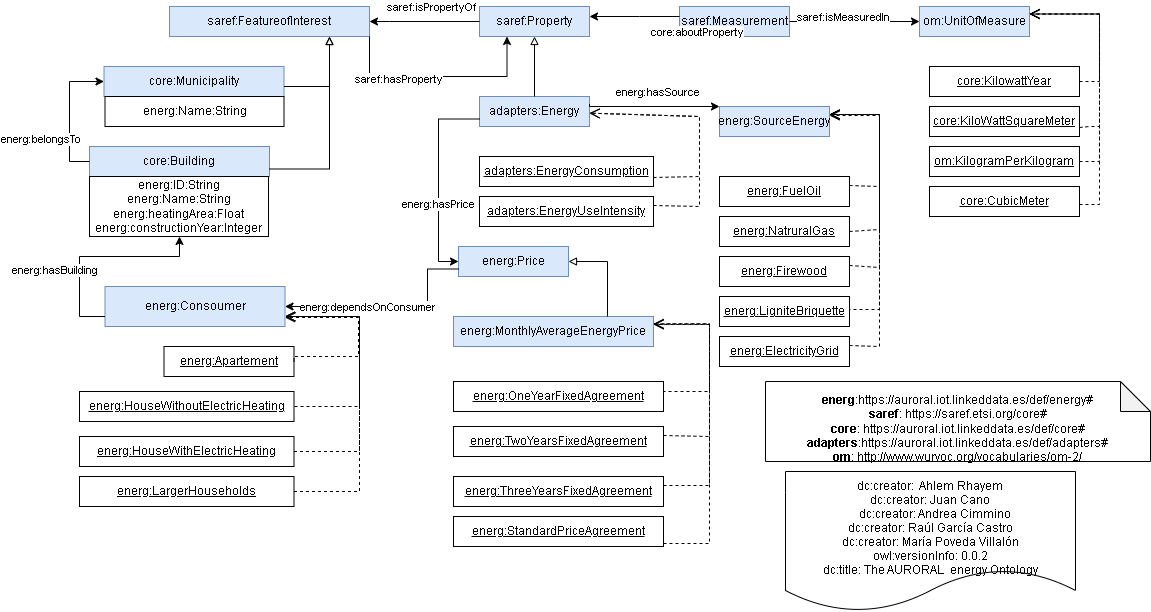
This is diagram/energy.png from oeg-upm/auroral-energy-ontology, a draw.io export, as it was before one commit. Source tidied: cells renumbered, new cells last; positions are measured from the earlier drawing's top-left corner, leaving out a move shared by most shapes.
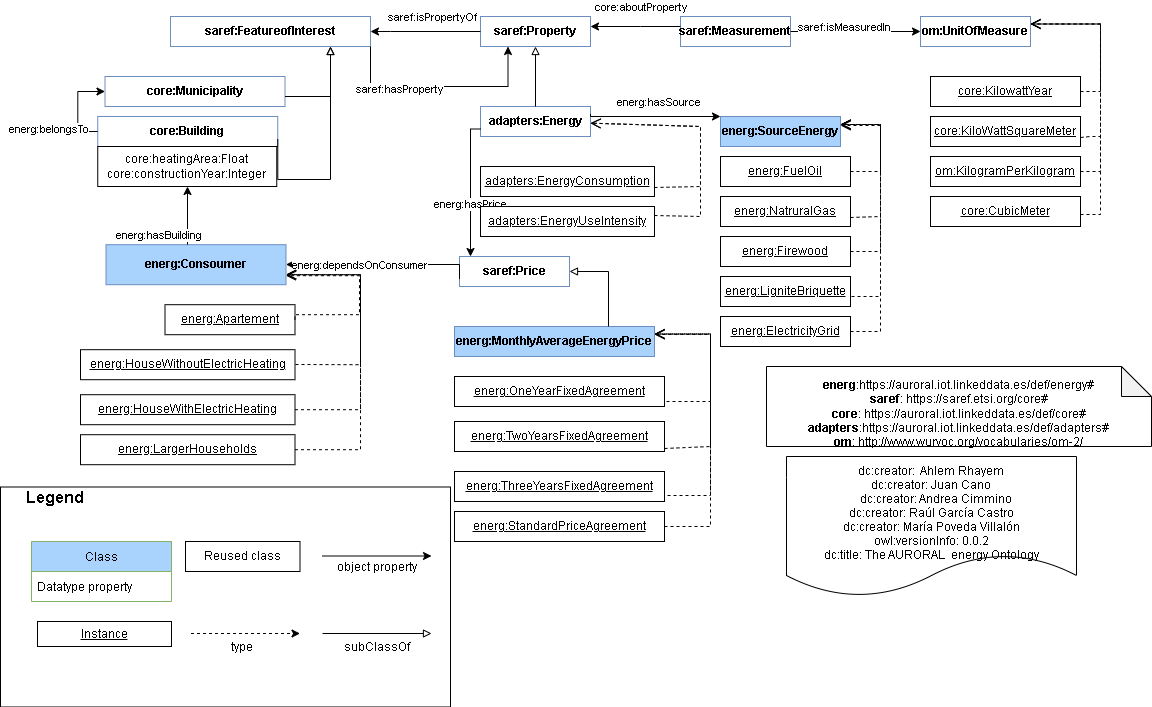
The same file after the commit.

Change to the diagram source:
```diff
@@ -4,3 +4,3 @@
     <mxCell id="1" parent="0" />
-    <mxCell id="2" value="saref:FeatureofInterest" style="rounded=0;whiteSpace=wrap;html=1;fillColor=#dae8fc;strokeColor=#6c8ebf;" parent="1" vertex="1">
+    <mxCell id="2" value="&lt;b&gt;saref:FeatureofInterest&lt;/b&gt;" style="rounded=0;whiteSpace=wrap;html=1;fillColor=#FFFFFF;strokeColor=#6c8ebf;" parent="1" vertex="1">
       <mxGeometry x="90" width="200" height="30" as="geometry" />
@@ -18,6 +18,6 @@
     </mxCell>
-    <mxCell id="5" value="adapters:Energy" style="rounded=0;whiteSpace=wrap;html=1;fillColor=#dae8fc;strokeColor=#6c8ebf;" parent="1" vertex="1">
+    <mxCell id="5" value="&lt;b&gt;adapters:Energy&lt;/b&gt;" style="rounded=0;whiteSpace=wrap;html=1;fillColor=#FFFFFF;strokeColor=#6c8ebf;" parent="1" vertex="1">
       <mxGeometry x="400" y="90" width="110" height="30" as="geometry" />
     </mxCell>
-    <mxCell id="6" value="core:Municipality" style="rounded=0;whiteSpace=wrap;html=1;fillColor=#DAE8FC;strokeColor=#6c8ebf;" parent="1" vertex="1">
+    <mxCell id="6" value="&lt;b&gt;core:Municipality&lt;/b&gt;" style="rounded=0;whiteSpace=wrap;html=1;fillColor=#FFFFFF;strokeColor=#6c8ebf;" parent="1" vertex="1">
       <mxGeometry x="24.5" y="60" width="180" height="30" as="geometry" />
@@ -31,7 +31,7 @@
     </mxCell>
-    <mxCell id="8" value="core:Building" style="rounded=0;whiteSpace=wrap;html=1;fillColor=#dae8fc;strokeColor=#6c8ebf;" parent="1" vertex="1">
-      <mxGeometry x="10" y="140" width="180" height="30" as="geometry" />
+    <mxCell id="8" value="&lt;b&gt;core:Building&lt;/b&gt;" style="rounded=0;whiteSpace=wrap;html=1;fillColor=#FFFFFF;strokeColor=#6c8ebf;" parent="1" vertex="1">
+      <mxGeometry x="17.2" y="100" width="180" height="30" as="geometry" />
     </mxCell>
-    <mxCell id="9" value="energ:ID:String&lt;br&gt;energ:Name:String&lt;br&gt;energ:heatingArea:Float&lt;br&gt;energ:constructionYear:Integer" style="rounded=0;whiteSpace=wrap;html=1;snapToPoint=1;points=[[0.1,0],[0.2,0],[0.3,0],[0.4,0],[0.5,0],[0.6,0],[0.7,0],[0.8,0],[0.9,0],[0,0.1],[0,0.3],[0,0.5],[0,0.7],[0,0.9],[0.1,1],[0.2,1],[0.3,1],[0.4,1],[0.5,1],[0.6,1],[0.7,1],[0.8,1],[0.9,1],[1,0.1],[1,0.3],[1,0.5],[1,0.7],[1,0.9]];" parent="1" vertex="1">
-      <mxGeometry x="10" y="170" width="179" height="60" as="geometry" />
+    <mxCell id="9" value="core:heatingArea:Float&lt;br&gt;core:constructionYear:Integer" style="rounded=0;whiteSpace=wrap;html=1;snapToPoint=1;points=[[0.1,0],[0.2,0],[0.3,0],[0.4,0],[0.5,0],[0.6,0],[0.7,0],[0.8,0],[0.9,0],[0,0.1],[0,0.3],[0,0.5],[0,0.7],[0,0.9],[0.1,1],[0.2,1],[0.3,1],[0.4,1],[0.5,1],[0.6,1],[0.7,1],[0.8,1],[0.9,1],[1,0.1],[1,0.3],[1,0.5],[1,0.7],[1,0.9]];" parent="1" vertex="1">
+      <mxGeometry x="17.2" y="130" width="179" height="40" as="geometry" />
     </mxCell>
@@ -53,9 +53,13 @@
     <mxCell id="13" value="&lt;u&gt;energ:LargerHouseholds&lt;/u&gt;" style="rounded=0;whiteSpace=wrap;html=1;snapToPoint=1;points=[[0.1,0],[0.2,0],[0.3,0],[0.4,0],[0.5,0],[0.6,0],[0.7,0],[0.8,0],[0.9,0],[0,0.1],[0,0.3],[0,0.5],[0,0.7],[0,0.9],[0.1,1],[0.2,1],[0.3,1],[0.4,1],[0.5,1],[0.6,1],[0.7,1],[0.8,1],[0.9,1],[1,0.1],[1,0.3],[1,0.5],[1,0.7],[1,0.9]];" parent="1" vertex="1">
-      <mxGeometry y="470" width="214.5" height="30" as="geometry" />
+      <mxGeometry y="418.2" width="214.5" height="30" as="geometry" />
     </mxCell>
-    <mxCell id="14" value="energ:Price" style="rounded=0;whiteSpace=wrap;html=1;fillColor=#dae8fc;strokeColor=#6c8ebf;" parent="1" vertex="1">
+    <mxCell id="14" value="&lt;b&gt;saref:Price&lt;/b&gt;" style="rounded=0;whiteSpace=wrap;html=1;fillColor=#FFFFFF;strokeColor=#6c8ebf;" parent="1" vertex="1">
       <mxGeometry x="379" y="240" width="110" height="30" as="geometry" />
     </mxCell>
-    <mxCell id="15" style="edgeStyle=orthogonalEdgeStyle;rounded=0;jettySize=auto;html=1;exitX=0;exitY=0.75;exitDx=0;exitDy=0;endArrow=classic;endFill=1;entryX=0;entryY=0.5;entryDx=0;entryDy=0;" parent="1" edge="1" source="5" target="14">
-      <mxGeometry relative="1" as="geometry" />
+    <mxCell id="15" style="edgeStyle=orthogonalEdgeStyle;rounded=0;jettySize=auto;html=1;exitX=0;exitY=0.75;exitDx=0;exitDy=0;endArrow=classic;endFill=1;" parent="1" edge="1" source="5" target="14">
+      <mxGeometry relative="1" as="geometry">
+        <Array as="points">
+          <mxPoint x="390" y="113" />
+        </Array>
+      </mxGeometry>
     </mxCell>
@@ -88,3 +92,3 @@
     </mxCell>
-    <mxCell id="21" value="energ:MonthlyAverageEnergyPrice" style="rounded=0;whiteSpace=wrap;html=1;fillColor=#dae8fc;strokeColor=#6c8ebf;" parent="1" vertex="1">
+    <mxCell id="21" value="&lt;b&gt;energ:MonthlyAverageEnergyPrice&lt;/b&gt;" style="rounded=0;whiteSpace=wrap;html=1;fillColor=#A9D2FC;strokeColor=#6c8ebf;" parent="1" vertex="1">
       <mxGeometry x="374" y="310" width="200" height="30" as="geometry" />
@@ -98,3 +102,3 @@
     </mxCell>
-    <mxCell id="23" value="saref:Property" style="rounded=0;whiteSpace=wrap;html=1;fillColor=#dae8fc;strokeColor=#6c8ebf;" parent="1" vertex="1">
+    <mxCell id="23" value="&lt;b&gt;saref:Property&lt;/b&gt;" style="rounded=0;whiteSpace=wrap;html=1;fillColor=#FFFFFF;strokeColor=#6c8ebf;" parent="1" vertex="1">
       <mxGeometry x="400" width="110" height="30" as="geometry" />
@@ -104,31 +108,31 @@
     </mxCell>
-    <mxCell id="25" value="energ:SourceEnergy" style="rounded=0;whiteSpace=wrap;html=1;fillColor=#dae8fc;strokeColor=#6c8ebf;" parent="1" vertex="1">
-      <mxGeometry x="640" y="100" width="110" height="30" as="geometry" />
+    <mxCell id="25" value="&lt;b&gt;energ:SourceEnergy&lt;/b&gt;" style="rounded=0;whiteSpace=wrap;html=1;fillColor=#A9D2FC;strokeColor=#6c8ebf;" parent="1" vertex="1">
+      <mxGeometry x="640" y="100" width="120" height="30" as="geometry" />
     </mxCell>
     <mxCell id="26" value="&lt;u&gt;energ:FuelOil&lt;/u&gt;" style="rounded=0;whiteSpace=wrap;html=1;snapToPoint=1;points=[[0.1,0],[0.2,0],[0.3,0],[0.4,0],[0.5,0],[0.6,0],[0.7,0],[0.8,0],[0.9,0],[0,0.1],[0,0.3],[0,0.5],[0,0.7],[0,0.9],[0.1,1],[0.2,1],[0.3,1],[0.4,1],[0.5,1],[0.6,1],[0.7,1],[0.8,1],[0.9,1],[1,0.1],[1,0.3],[1,0.5],[1,0.7],[1,0.9]];" parent="1" vertex="1">
-      <mxGeometry x="640" y="170" width="130" height="30" as="geometry" />
+      <mxGeometry x="640" y="140" width="130" height="30" as="geometry" />
     </mxCell>
     <mxCell id="27" value="&lt;u&gt;energ:NatruralGas&lt;/u&gt;" style="rounded=0;whiteSpace=wrap;html=1;snapToPoint=1;points=[[0.1,0],[0.2,0],[0.3,0],[0.4,0],[0.5,0],[0.6,0],[0.7,0],[0.8,0],[0.9,0],[0,0.1],[0,0.3],[0,0.5],[0,0.7],[0,0.9],[0.1,1],[0.2,1],[0.3,1],[0.4,1],[0.5,1],[0.6,1],[0.7,1],[0.8,1],[0.9,1],[1,0.1],[1,0.3],[1,0.5],[1,0.7],[1,0.9]];" parent="1" vertex="1">
-      <mxGeometry x="640" y="210" width="130" height="30" as="geometry" />
+      <mxGeometry x="640" y="180" width="130" height="30" as="geometry" />
     </mxCell>
     <mxCell id="28" value="&lt;u&gt;energ:Firewood&lt;/u&gt;" style="rounded=0;whiteSpace=wrap;html=1;snapToPoint=1;points=[[0.1,0],[0.2,0],[0.3,0],[0.4,0],[0.5,0],[0.6,0],[0.7,0],[0.8,0],[0.9,0],[0,0.1],[0,0.3],[0,0.5],[0,0.7],[0,0.9],[0.1,1],[0.2,1],[0.3,1],[0.4,1],[0.5,1],[0.6,1],[0.7,1],[0.8,1],[0.9,1],[1,0.1],[1,0.3],[1,0.5],[1,0.7],[1,0.9]];" parent="1" vertex="1">
-      <mxGeometry x="640" y="250" width="130" height="30" as="geometry" />
+      <mxGeometry x="640" y="220" width="130" height="30" as="geometry" />
     </mxCell>
     <mxCell id="29" value="&lt;u&gt;energ:LigniteBriquette&lt;/u&gt;" style="rounded=0;whiteSpace=wrap;html=1;snapToPoint=1;points=[[0.1,0],[0.2,0],[0.3,0],[0.4,0],[0.5,0],[0.6,0],[0.7,0],[0.8,0],[0.9,0],[0,0.1],[0,0.3],[0,0.5],[0,0.7],[0,0.9],[0.1,1],[0.2,1],[0.3,1],[0.4,1],[0.5,1],[0.6,1],[0.7,1],[0.8,1],[0.9,1],[1,0.1],[1,0.3],[1,0.5],[1,0.7],[1,0.9]];" parent="1" vertex="1">
-      <mxGeometry x="640" y="290" width="130" height="30" as="geometry" />
+      <mxGeometry x="640" y="260" width="130" height="30" as="geometry" />
     </mxCell>
     <mxCell id="30" value="&lt;u&gt;energ:OneYearFixedAgreement&lt;/u&gt;" style="rounded=0;whiteSpace=wrap;html=1;snapToPoint=1;points=[[0.1,0],[0.2,0],[0.3,0],[0.4,0],[0.5,0],[0.6,0],[0.7,0],[0.8,0],[0.9,0],[0,0.1],[0,0.3],[0,0.5],[0,0.7],[0,0.9],[0.1,1],[0.2,1],[0.3,1],[0.4,1],[0.5,1],[0.6,1],[0.7,1],[0.8,1],[0.9,1],[1,0.1],[1,0.3],[1,0.5],[1,0.7],[1,0.9]];" parent="1" vertex="1">
-      <mxGeometry x="374" y="375" width="210" height="30" as="geometry" />
+      <mxGeometry x="374" y="360" width="210" height="30" as="geometry" />
     </mxCell>
     <mxCell id="31" value="&lt;u&gt;energ:TwoYearsFixedAgreement&lt;/u&gt;" style="rounded=0;whiteSpace=wrap;html=1;snapToPoint=1;points=[[0.1,0],[0.2,0],[0.3,0],[0.4,0],[0.5,0],[0.6,0],[0.7,0],[0.8,0],[0.9,0],[0,0.1],[0,0.3],[0,0.5],[0,0.7],[0,0.9],[0.1,1],[0.2,1],[0.3,1],[0.4,1],[0.5,1],[0.6,1],[0.7,1],[0.8,1],[0.9,1],[1,0.1],[1,0.3],[1,0.5],[1,0.7],[1,0.9]];" parent="1" vertex="1">
-      <mxGeometry x="374" y="420" width="210" height="30" as="geometry" />
+      <mxGeometry x="374" y="405" width="210" height="30" as="geometry" />
     </mxCell>
     <mxCell id="32" value="&lt;u&gt;energ:ThreeYearsFixedAgreement&lt;/u&gt;" style="rounded=0;whiteSpace=wrap;html=1;snapToPoint=1;points=[[0.1,0],[0.2,0],[0.3,0],[0.4,0],[0.5,0],[0.6,0],[0.7,0],[0.8,0],[0.9,0],[0,0.1],[0,0.3],[0,0.5],[0,0.7],[0,0.9],[0.1,1],[0.2,1],[0.3,1],[0.4,1],[0.5,1],[0.6,1],[0.7,1],[0.8,1],[0.9,1],[1,0.1],[1,0.3],[1,0.5],[1,0.7],[1,0.9]];" parent="1" vertex="1">
-      <mxGeometry x="374" y="470" width="210" height="30" as="geometry" />
+      <mxGeometry x="374" y="455" width="210" height="30" as="geometry" />
     </mxCell>
     <mxCell id="33" value="&lt;u&gt;energ:StandardPriceAgreement&lt;/u&gt;" style="rounded=0;whiteSpace=wrap;html=1;snapToPoint=1;points=[[0.1,0],[0.2,0],[0.3,0],[0.4,0],[0.5,0],[0.6,0],[0.7,0],[0.8,0],[0.9,0],[0,0.1],[0,0.3],[0,0.5],[0,0.7],[0,0.9],[0.1,1],[0.2,1],[0.3,1],[0.4,1],[0.5,1],[0.6,1],[0.7,1],[0.8,1],[0.9,1],[1,0.1],[1,0.3],[1,0.5],[1,0.7],[1,0.9]];" parent="1" vertex="1">
-      <mxGeometry x="374" y="510" width="210" height="30" as="geometry" />
+      <mxGeometry x="374" y="495" width="210" height="30" as="geometry" />
     </mxCell>
-    <mxCell id="34" value="energ:Consoumer" style="rounded=0;whiteSpace=wrap;html=1;fillColor=#dae8fc;strokeColor=#6c8ebf;" parent="1" vertex="1">
-      <mxGeometry x="25.5" y="280" width="180" height="40" as="geometry" />
+    <mxCell id="34" value="&lt;b&gt;energ:Consoumer&lt;/b&gt;" style="rounded=0;whiteSpace=wrap;html=1;fillColor=#A9D2FC;strokeColor=#6c8ebf;" parent="1" vertex="1">
+      <mxGeometry x="25.5" y="228.2" width="180" height="40" as="geometry" />
     </mxCell>
@@ -137,3 +141,3 @@
         <Array as="points">
-          <mxPoint x="348" y="300" />
+          <mxPoint x="379" y="248" />
         </Array>
@@ -146,3 +150,3 @@
     </mxCell>
-    <mxCell id="37" value="saref:Measurement" style="rounded=0;whiteSpace=wrap;html=1;fillColor=#dae8fc;strokeColor=#6c8ebf;" parent="1" vertex="1">
+    <mxCell id="37" value="&lt;b&gt;saref:Measurement&lt;/b&gt;" style="rounded=0;whiteSpace=wrap;html=1;fillColor=#FFFFFF;strokeColor=#6c8ebf;" parent="1" vertex="1">
       <mxGeometry x="600" width="110" height="30" as="geometry" />
@@ -159,6 +163,6 @@
       <mxGeometry x="0.38" y="-1" relative="1" as="geometry">
-        <mxPoint x="79" y="16" as="offset" />
+        <mxPoint x="22" y="-19" as="offset" />
       </mxGeometry>
     </mxCell>
-    <mxCell id="40" value="om:UnitOfMeasure" style="rounded=0;whiteSpace=wrap;html=1;fillColor=#dae8fc;strokeColor=#6c8ebf;" parent="1" vertex="1">
+    <mxCell id="40" value="&lt;b&gt;om:UnitOfMeasure&lt;/b&gt;" style="rounded=0;whiteSpace=wrap;html=1;fillColor=#FFFFFF;strokeColor=#6c8ebf;" parent="1" vertex="1">
       <mxGeometry x="840" width="110" height="30" as="geometry" />
@@ -178,3 +182,3 @@
     <mxCell id="43" value="&lt;u&gt;energ:ElectricityGrid&lt;/u&gt;" style="rounded=0;whiteSpace=wrap;html=1;snapToPoint=1;points=[[0.1,0],[0.2,0],[0.3,0],[0.4,0],[0.5,0],[0.6,0],[0.7,0],[0.8,0],[0.9,0],[0,0.1],[0,0.3],[0,0.5],[0,0.7],[0,0.9],[0.1,1],[0.2,1],[0.3,1],[0.4,1],[0.5,1],[0.6,1],[0.7,1],[0.8,1],[0.9,1],[1,0.1],[1,0.3],[1,0.5],[1,0.7],[1,0.9]];" parent="1" vertex="1">
-      <mxGeometry x="640" y="330" width="130" height="30" as="geometry" />
+      <mxGeometry x="640" y="300" width="130" height="30" as="geometry" />
     </mxCell>
@@ -193,3 +197,3 @@
     <mxCell id="46" value="&lt;div&gt;&amp;nbsp;&lt;/div&gt;&lt;b&gt;energ&lt;/b&gt;:https://auroral.iot.linkeddata.es/def/energy#&lt;br&gt;&lt;b&gt;saref&lt;/b&gt;:&amp;nbsp;https://saref.etsi.org/core#&lt;br&gt;&lt;b&gt;core&lt;/b&gt;:&amp;nbsp;https://auroral.iot.linkeddata.es/def/core#&lt;br&gt;&lt;b&gt;adapters&lt;/b&gt;:https://auroral.iot.linkeddata.es/def/adapters#&lt;br&gt;&lt;b&gt;om&lt;/b&gt;: http://www.wurvoc.org/vocabularies/om-2/&lt;br&gt;" style="shape=note;whiteSpace=wrap;html=1;backgroundOutline=1;darkOpacity=0.05;" parent="1" vertex="1">
-      <mxGeometry x="686" y="375" width="385" height="80" as="geometry" />
+      <mxGeometry x="686" y="350" width="385" height="80" as="geometry" />
     </mxCell>
@@ -210,4 +214,2 @@
         <Array as="points">
-          <mxPoint y="310" />
-          <mxPoint y="250" />
           <mxPoint x="100" y="250" />
@@ -235,7 +237,4 @@
     <mxCell id="55" value="&#10;dc:creator:  Ahlem Rhayem&#10;dc:creator: Juan Cano&#10;   dc:creator: Andrea Cimmino&#10;dc:creator: Raúl García Castro&#10;dc:creator: María Poveda Villalón&#10;owl:versionInfo: 0.0.2&#10;dc:title: The AURORAL  energy Ontology" style="shape=document;boundedLbl=1;" parent="1" vertex="1">
-      <mxGeometry x="706" y="465" width="290" height="140" as="geometry" />
+      <mxGeometry x="706" y="440" width="290" height="140" as="geometry" />
     </mxCell>
-    <mxCell id="56" value="energ:Name:String&lt;br&gt;" style="rounded=0;whiteSpace=wrap;html=1;" parent="1" vertex="1">
-      <mxGeometry x="25.5" y="90" width="179" height="30" as="geometry" />
-    </mxCell>
     <mxCell id="57" style="endArrow=open;html=1;fontColor=#000099;endFill=0;dashed=1;endSize=8;edgeStyle=orthogonalEdgeStyle;arcSize=0;" parent="1" edge="1" source="26" target="25">
@@ -243,3 +242,3 @@
         <Array as="points">
-          <mxPoint x="800" y="180" />
+          <mxPoint x="800" y="155" />
           <mxPoint x="800" y="108" />
@@ -251,3 +250,3 @@
         <Array as="points">
-          <mxPoint x="800" y="223" />
+          <mxPoint x="800" y="200" />
           <mxPoint x="800" y="108" />
@@ -259,3 +258,3 @@
         <Array as="points">
-          <mxPoint x="800" y="261" />
+          <mxPoint x="800" y="235" />
           <mxPoint x="800" y="109" />
@@ -264,8 +263,8 @@
     </mxCell>
-    <mxCell id="60" style="endArrow=open;html=1;fontColor=#000099;endFill=0;dashed=1;endSize=8;edgeStyle=orthogonalEdgeStyle;arcSize=0;" parent="1" edge="1">
+    <mxCell id="60" style="endArrow=open;html=1;fontColor=#000099;endFill=0;dashed=1;endSize=8;edgeStyle=orthogonalEdgeStyle;arcSize=0;exitX=0.9;exitY=1;exitDx=0;exitDy=0;" parent="1" edge="1" source="29" target="25">
       <mxGeometry relative="1" as="geometry">
-        <mxPoint x="770" y="305" as="sourcePoint" />
-        <mxPoint x="750" y="108" as="targetPoint" />
         <Array as="points">
-          <mxPoint x="800" y="303" />
+          <mxPoint x="770" y="290" />
+          <mxPoint x="770" y="280" />
+          <mxPoint x="800" y="280" />
           <mxPoint x="800" y="108" />
@@ -277,3 +276,3 @@
         <Array as="points">
-          <mxPoint x="800" y="340" />
+          <mxPoint x="800" y="315" />
           <mxPoint x="800" y="108" />
@@ -283,9 +282,9 @@
     <mxCell id="62" value="&lt;u&gt;energ:Apartement&lt;/u&gt;" style="rounded=0;whiteSpace=wrap;html=1;snapToPoint=1;points=[[0.1,0],[0.2,0],[0.3,0],[0.4,0],[0.5,0],[0.6,0],[0.7,0],[0.8,0],[0.9,0],[0,0.1],[0,0.3],[0,0.5],[0,0.7],[0,0.9],[0.1,1],[0.2,1],[0.3,1],[0.4,1],[0.5,1],[0.6,1],[0.7,1],[0.8,1],[0.9,1],[1,0.1],[1,0.3],[1,0.5],[1,0.7],[1,0.9]];" parent="1" vertex="1">
-      <mxGeometry x="84.5" y="340" width="130" height="30" as="geometry" />
+      <mxGeometry x="84.5" y="288.2" width="130" height="30" as="geometry" />
     </mxCell>
     <mxCell id="63" value="&lt;u&gt;energ:HouseWithoutElectricHeating&lt;/u&gt;" style="rounded=0;whiteSpace=wrap;html=1;snapToPoint=1;points=[[0.1,0],[0.2,0],[0.3,0],[0.4,0],[0.5,0],[0.6,0],[0.7,0],[0.8,0],[0.9,0],[0,0.1],[0,0.3],[0,0.5],[0,0.7],[0,0.9],[0.1,1],[0.2,1],[0.3,1],[0.4,1],[0.5,1],[0.6,1],[0.7,1],[0.8,1],[0.9,1],[1,0.1],[1,0.3],[1,0.5],[1,0.7],[1,0.9]];" parent="1" vertex="1">
-      <mxGeometry y="385" width="214.5" height="30" as="geometry" />
+      <mxGeometry y="333.2" width="214.5" height="30" as="geometry" />
     </mxCell>
     <mxCell id="64" value="&lt;u&gt;energ:HouseWithElectricHeating&lt;/u&gt;" style="rounded=0;whiteSpace=wrap;html=1;snapToPoint=1;points=[[0.1,0],[0.2,0],[0.3,0],[0.4,0],[0.5,0],[0.6,0],[0.7,0],[0.8,0],[0.9,0],[0,0.1],[0,0.3],[0,0.5],[0,0.7],[0,0.9],[0.1,1],[0.2,1],[0.3,1],[0.4,1],[0.5,1],[0.6,1],[0.7,1],[0.8,1],[0.9,1],[1,0.1],[1,0.3],[1,0.5],[1,0.7],[1,0.9]];" parent="1" vertex="1">
-      <mxGeometry y="430" width="214.5" height="30" as="geometry" />
+      <mxGeometry y="378.2" width="214.5" height="30" as="geometry" />
     </mxCell>
@@ -353,3 +352,4 @@
         <Array as="points">
-          <mxPoint x="630" y="537" />
+          <mxPoint x="584" y="510" />
+          <mxPoint x="630" y="510" />
           <mxPoint x="630" y="318" />
@@ -361,5 +361,5 @@
         <Array as="points">
-          <mxPoint x="215" y="350" />
-          <mxPoint x="279" y="350" />
-          <mxPoint x="279" y="311" />
+          <mxPoint x="215" y="298.2" />
+          <mxPoint x="279" y="298.2" />
+          <mxPoint x="279" y="259.2" />
         </Array>
@@ -370,4 +370,4 @@
         <Array as="points">
-          <mxPoint x="280" y="400" />
-          <mxPoint x="280" y="310" />
+          <mxPoint x="280" y="348.2" />
+          <mxPoint x="280" y="258.2" />
         </Array>
@@ -378,4 +378,4 @@
         <Array as="points">
-          <mxPoint x="280" y="445" />
-          <mxPoint x="280" y="310" />
+          <mxPoint x="280" y="393.2" />
+          <mxPoint x="280" y="258.2" />
         </Array>
@@ -386,4 +386,4 @@
         <Array as="points">
-          <mxPoint x="280" y="485" />
-          <mxPoint x="280" y="310" />
+          <mxPoint x="280" y="433.2" />
+          <mxPoint x="280" y="258.2" />
         </Array>
@@ -391,2 +391,56 @@
     </mxCell>
+    <mxCell id="77" style="rounded=0;whiteSpace=wrap;html=1;" parent="1" vertex="1">
+      <mxGeometry x="-80" y="470.5" width="450" height="220" as="geometry" />
+    </mxCell>
+    <mxCell id="78" value="Legend" style="text;strokeColor=none;fillColor=none;align=center;verticalAlign=middle;rounded=0;fontStyle=1;fontSize=16;" parent="1" vertex="1">
+      <mxGeometry x="-55" y="465" width="60" height="30" as="geometry" />
+    </mxCell>
+    <mxCell id="79" value="Class" style="swimlane;fontStyle=0;horizontal=1;startSize=30;fillColor=#A9D2FC;strokeColor=#82b366;" parent="1" vertex="1">
+      <mxGeometry x="-49" y="525" width="140" height="60" as="geometry" />
+    </mxCell>
+    <mxCell id="80" value="Datatype property" style="text;strokeColor=none;fillColor=none;align=left;verticalAlign=middle;spacingLeft=4;spacingRight=4;overflow=hidden;" parent="79" vertex="1">
+      <mxGeometry y="30" width="140" height="30" as="geometry" />
+    </mxCell>
+    <mxCell id="81" value="&lt;u&gt;Instance&lt;/u&gt;" style="rounded=0;whiteSpace=wrap;html=1;" parent="1" vertex="1">
+      <mxGeometry x="-43" y="605" width="134" height="25" as="geometry" />
+    </mxCell>
+    <mxCell id="82" value="Reused class" style="rounded=0;whiteSpace=wrap;html=1;" parent="1" vertex="1">
+      <mxGeometry x="105" y="525" width="114.5" height="30" as="geometry" />
+    </mxCell>
+    <mxCell id="83" style="edgeStyle=orthogonalEdgeStyle;rounded=0;orthogonalLoop=1;jettySize=auto;html=1;endArrow=classic;endFill=1;dashed=1;" parent="1" edge="1">
+      <mxGeometry relative="1" as="geometry">
+        <mxPoint x="110.5" y="617" as="sourcePoint" />
+        <mxPoint x="219.5" y="617" as="targetPoint" />
+        <Array as="points">
+          <mxPoint x="110.5" y="617" />
+        </Array>
+      </mxGeometry>
+    </mxCell>
+    <mxCell id="84" style="edgeStyle=orthogonalEdgeStyle;rounded=0;orthogonalLoop=1;jettySize=auto;html=1;endArrow=classic;endFill=1;" parent="1" edge="1">
+      <mxGeometry relative="1" as="geometry">
+        <mxPoint x="242" y="539.5" as="sourcePoint" />
+        <mxPoint x="351" y="539.5" as="targetPoint" />
+        <Array as="points">
+          <mxPoint x="242" y="539.5" />
+        </Array>
+      </mxGeometry>
+    </mxCell>
+    <mxCell id="85" style="edgeStyle=orthogonalEdgeStyle;rounded=0;orthogonalLoop=1;jettySize=auto;html=1;endArrow=block;endFill=0;" parent="1" edge="1">
+      <mxGeometry relative="1" as="geometry">
+        <mxPoint x="242" y="617" as="sourcePoint" />
+        <mxPoint x="351" y="617" as="targetPoint" />
+        <Array as="points">
+          <mxPoint x="242" y="617" />
+        </Array>
+      </mxGeometry>
+    </mxCell>
+    <mxCell id="86" value="type" style="text;strokeColor=none;fillColor=none;align=center;verticalAlign=middle;rounded=0;" parent="1" vertex="1">
+      <mxGeometry x="132.2" y="615" width="60" height="30" as="geometry" />
+    </mxCell>
+    <mxCell id="87" value="object property" style="text;strokeColor=none;fillColor=none;align=center;verticalAlign=middle;rounded=0;" parent="1" vertex="1">
+      <mxGeometry x="242" y="535" width="110" height="30" as="geometry" />
+    </mxCell>
+    <mxCell id="88" value="subClassOf" style="text;strokeColor=none;fillColor=none;align=center;verticalAlign=middle;rounded=0;" parent="1" vertex="1">
+      <mxGeometry x="242" y="615" width="110" height="30" as="geometry" />
+    </mxCell>
   </root>
```
